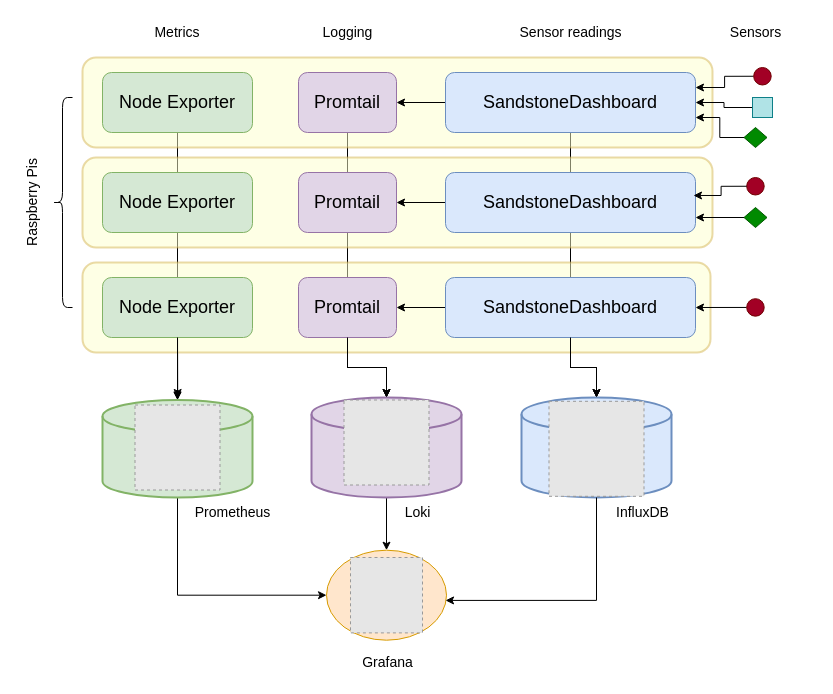
Before: images_diagrams/monitoring_stack.drawio in vulture2600/SandstoneDashboard, a draw.io diagram. Source tidied: cells renumbered, new cells numbered last; positions are measured from the earlier drawing's top-left corner, leaving out a move shared by most shapes. Both pictures are drawn from the tidied source at 100%, with x=0, y=0 at pixel (-18, 17). Pictures stored in the file or linked from it are replaced by grey dashed boxes.
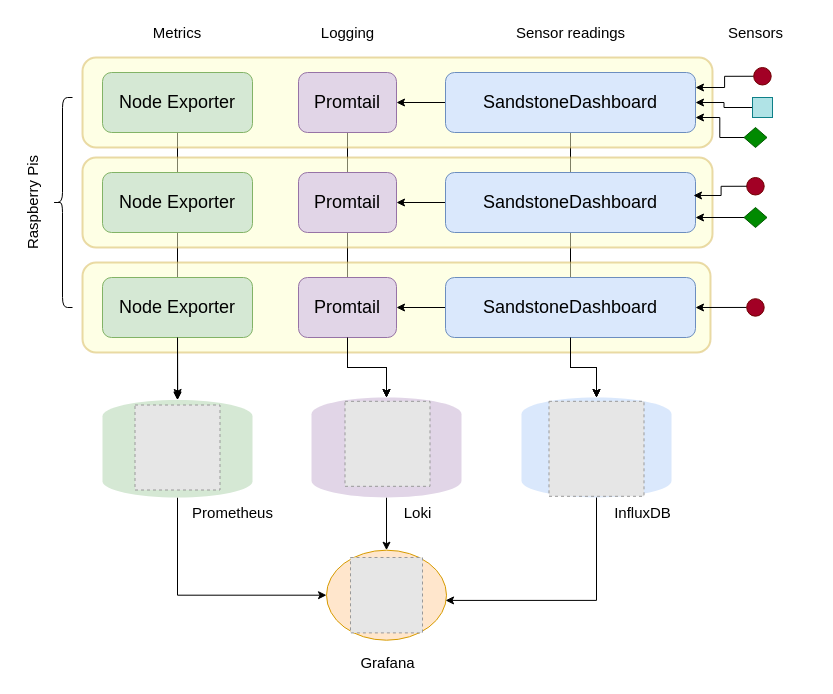
The same page after the edit.

Commit message (it also covers changes not shown here):
Update monitoring stack diagram again

Change to the diagram source:
```diff
@@
-    <mxCell id="11" style="strokeWidth=2;html=1;shape=mxgraph.flowchart.database;whiteSpace=wrap;fillColor=#d5e8d4;strokeColor=#82b366;" parent="1" vertex="1">
+    <mxCell id="11" style="strokeWidth=2;html=1;shape=mxgraph.flowchart.database;whiteSpace=wrap;fillColor=#d5e8d4;strokeColor=none;" parent="1" vertex="1">
       <mxGeometry x="120" y="382.5" width="150" height="97.5" as="geometry" />
     </mxCell>
@@
-    <mxCell id="14" style="strokeWidth=2;html=1;shape=mxgraph.flowchart.database;whiteSpace=wrap;fillColor=#e1d5e7;strokeColor=#9673a6;" parent="1" vertex="1">
+    <mxCell id="14" style="strokeWidth=2;html=1;shape=mxgraph.flowchart.database;whiteSpace=wrap;fillColor=#e1d5e7;strokeColor=none;" parent="1" vertex="1">
       <mxGeometry x="329" y="380" width="150" height="100" as="geometry" />
     </mxCell>
@@
-    <mxCell id="16" style="strokeWidth=2;html=1;shape=mxgraph.flowchart.database;whiteSpace=wrap;fillColor=#dae8fc;strokeColor=#6c8ebf;" parent="1" vertex="1">
+    <mxCell id="16" style="strokeWidth=2;html=1;shape=mxgraph.flowchart.database;whiteSpace=wrap;fillColor=#dae8fc;strokeColor=none;" parent="1" vertex="1">
       <mxGeometry x="539" y="380" width="150" height="100" as="geometry" />
     </mxCell>
@@
-    <mxCell id="19" value="&lt;font&gt;Logging&lt;/font&gt;" style="text;html=1;align=center;verticalAlign=middle;whiteSpace=wrap;rounded=0;fontSize=14;" parent="1" vertex="1">
+    <mxCell id="19" value="&lt;font&gt;Logging&lt;/font&gt;" style="text;html=1;align=center;verticalAlign=middle;whiteSpace=wrap;rounded=0;fontSize=15;" parent="1" vertex="1">
       <mxGeometry x="335.5" width="59" height="30" as="geometry" />
     </mxCell>
-    <mxCell id="20" value="&lt;font&gt;Metrics&lt;/font&gt;" style="text;html=1;align=center;verticalAlign=middle;whiteSpace=wrap;rounded=0;fontSize=14;" parent="1" vertex="1">
+    <mxCell id="20" value="&lt;font&gt;Metrics&lt;/font&gt;" style="text;html=1;align=center;verticalAlign=middle;whiteSpace=wrap;rounded=0;fontSize=15;" parent="1" vertex="1">
       <mxGeometry x="165" width="60" height="30" as="geometry" />
     </mxCell>
-    <mxCell id="21" value="&lt;font&gt;Sensor readings&lt;/font&gt;" style="text;html=1;align=center;verticalAlign=middle;whiteSpace=wrap;rounded=0;fontSize=14;" parent="1" vertex="1">
+    <mxCell id="21" value="&lt;font&gt;Sensor readings&lt;/font&gt;" style="text;html=1;align=center;verticalAlign=middle;whiteSpace=wrap;rounded=0;fontSize=15;" parent="1" vertex="1">
       <mxGeometry x="527.5" width="121" height="30" as="geometry" />
     </mxCell>
@@
-    <mxCell id="27" value="&lt;font&gt;Raspberry Pis&lt;/font&gt;" style="text;html=1;align=center;verticalAlign=middle;whiteSpace=wrap;rounded=0;rotation=270;fontSize=14;" parent="1" vertex="1">
+    <mxCell id="27" value="&lt;font&gt;Raspberry Pis&lt;/font&gt;" style="text;html=1;align=center;verticalAlign=middle;whiteSpace=wrap;rounded=0;rotation=270;fontSize=15;" parent="1" vertex="1">
       <mxGeometry y="170" width="100" height="30" as="geometry" />
     </mxCell>
@@
-    <mxCell id="50" value="&lt;font&gt;Sensors&lt;/font&gt;" style="text;html=1;align=center;verticalAlign=middle;whiteSpace=wrap;rounded=0;fontSize=14;" parent="1" vertex="1">
+    <mxCell id="50" value="&lt;font&gt;Sensors&lt;/font&gt;" style="text;html=1;align=center;verticalAlign=middle;whiteSpace=wrap;rounded=0;fontSize=15;" parent="1" vertex="1">
       <mxGeometry x="712.5" width="121" height="30" as="geometry" />
     </mxCell>
@@
     <mxCell id="55" style="fillColor=#E6E6E6;strokeColor=#999999;dashed=1;verticalLabelPosition=bottom;labelBackgroundColor=default;verticalAlign=top;" parent="1" vertex="1">
-      <mxGeometry x="361.5" y="382.5" width="85" height="85" as="geometry" />
+      <mxGeometry x="362.5" y="383.8" width="85" height="85" as="geometry" />
     </mxCell>
-    <mxCell id="56" value="InfluxDB" style="text;html=1;align=center;verticalAlign=middle;strokeColor=none;fillColor=none;fontSize=14;" parent="1" vertex="1">
+    <mxCell id="56" value="InfluxDB" style="text;html=1;align=center;verticalAlign=middle;strokeColor=none;fillColor=none;fontSize=15;" parent="1" vertex="1">
       <mxGeometry x="620" y="480" width="80" height="30" as="geometry" />
     </mxCell>
-    <mxCell id="57" value="Grafana" style="text;html=1;align=center;verticalAlign=middle;strokeColor=none;fillColor=none;fontSize=14;" parent="1" vertex="1">
-      <mxGeometry x="370" y="630" width="70" height="30" as="geometry" />
+    <mxCell id="57" value="Grafana" style="text;html=1;align=center;verticalAlign=middle;strokeColor=none;fillColor=none;fontSize=15;" parent="1" vertex="1">
+      <mxGeometry x="365" y="630" width="80" height="30" as="geometry" />
     </mxCell>
-    <mxCell id="58" value="Loki" style="text;html=1;align=center;verticalAlign=middle;strokeColor=none;fillColor=none;fontSize=14;" parent="1" vertex="1">
+    <mxCell id="58" value="Loki" style="text;html=1;align=center;verticalAlign=middle;strokeColor=none;fillColor=none;fontSize=15;" parent="1" vertex="1">
       <mxGeometry x="410" y="480" width="50" height="30" as="geometry" />
     </mxCell>
-    <mxCell id="59" value="Prometheus" style="text;html=1;align=center;verticalAlign=middle;strokeColor=none;fillColor=none;fontSize=14;" parent="1" vertex="1">
+    <mxCell id="59" value="Prometheus" style="text;html=1;align=center;verticalAlign=middle;strokeColor=none;fillColor=none;fontSize=15;" parent="1" vertex="1">
       <mxGeometry x="200" y="480" width="100" height="30" as="geometry" />
     </mxCell>
```
